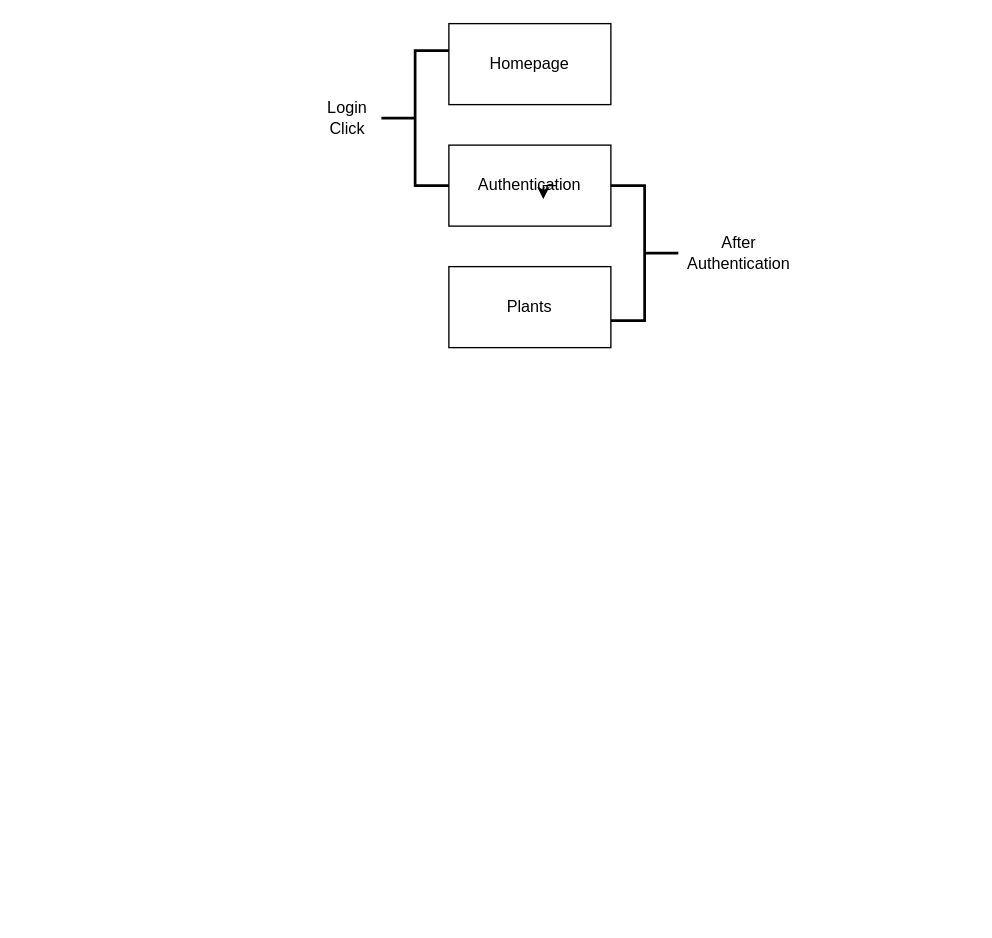
This is page "Main Diagram" (1 of 7) of Diagram.drawio from Build-Week-watermyplants-4/front-end, a draw.io file, before an edit. Source tidied: cells renumbered, new cells numbered last; positions are measured from the earlier drawing's top-left corner, leaving out a move shared by most shapes. Both pictures are drawn from the tidied source at 135%, with x=0, y=0 at pixel (320, 23).
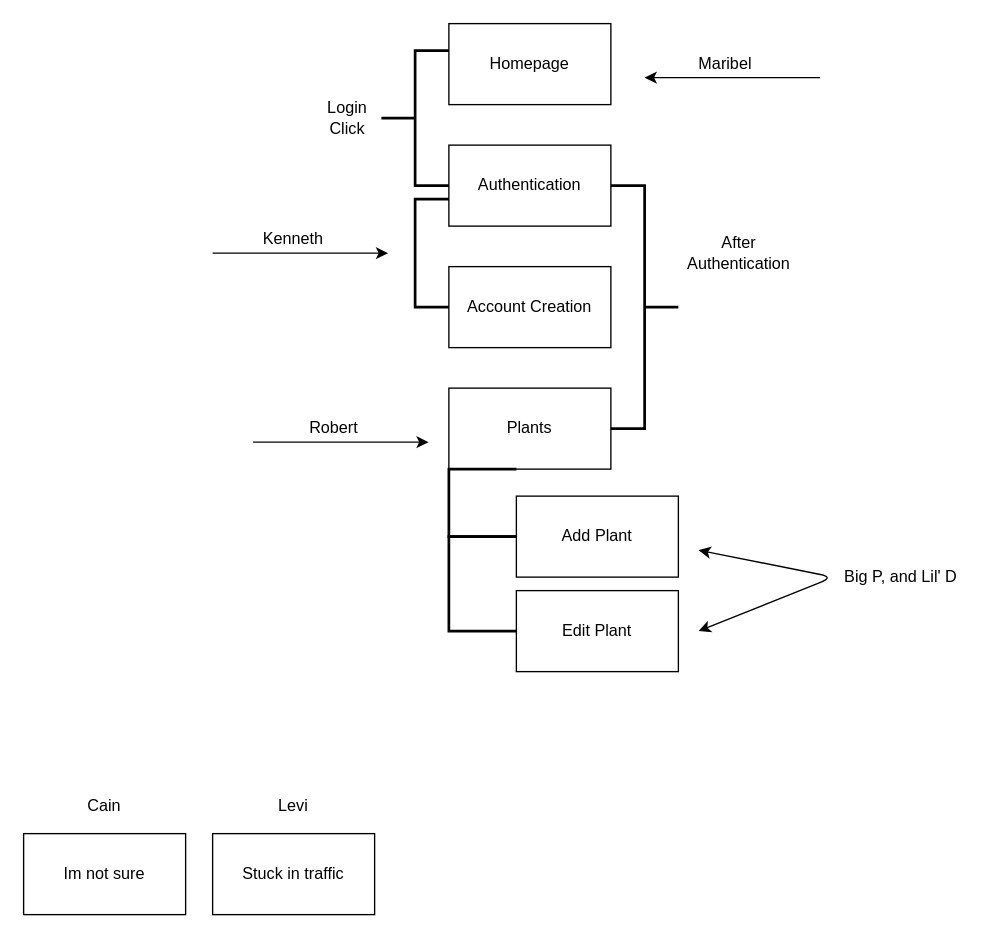
Above is the later version.

Unchanged cells that the change refers to:
```xml
<mxCell id="5" value="Authentication" style="text;html=1;strokeColor=none;fillColor=none;align=center;verticalAlign=middle;whiteSpace=wrap;rounded=0;" parent="1" vertex="1">
  <mxGeometry x="135" y="110" width="40" height="20" as="geometry" />
</mxCell>
```

What changed in the source:
```diff
@@
     <mxCell id="8" style="rounded=0;whiteSpace=wrap;html=1;" parent="1" vertex="1">
-      <mxGeometry x="95" y="180" width="120" height="60" as="geometry" />
+      <mxGeometry x="95" y="270" width="120" height="60" as="geometry" />
     </mxCell>
     <mxCell id="9" style="strokeWidth=2;html=1;shape=mxgraph.flowchart.annotation_2;align=left;labelPosition=right;flipH=1;" parent="1" vertex="1">
-      <mxGeometry x="215" y="120" width="50" height="100" as="geometry" />
+      <mxGeometry x="215" y="120" width="50" height="180" as="geometry" />
     </mxCell>
     <mxCell id="10" value="Plants" style="text;html=1;strokeColor=none;fillColor=none;align=center;verticalAlign=middle;whiteSpace=wrap;rounded=0;" parent="1" vertex="1">
-      <mxGeometry x="135" y="200" width="40" height="20" as="geometry" />
+      <mxGeometry x="135" y="290" width="40" height="20" as="geometry" />
     </mxCell>
@@
-    <mxCell id="12" style="edgeStyle=orthogonalEdgeStyle;rounded=0;orthogonalLoop=1;jettySize=auto;html=1;exitX=1;exitY=0.5;exitDx=0;exitDy=0;entryX=0.75;entryY=1;entryDx=0;entryDy=0;" parent="1" edge="1" source="5" target="5">
-      <mxGeometry relative="1" as="geometry" />
-    </mxCell>
+    <mxCell id="13" value="Add Plant" style="rounded=0;whiteSpace=wrap;html=1;" parent="1" vertex="1">
+      <mxGeometry x="145" y="350" width="120" height="60" as="geometry" />
+    </mxCell>
+    <mxCell id="14" value="Edit Plant" style="rounded=0;whiteSpace=wrap;html=1;" parent="1" vertex="1">
+      <mxGeometry x="145" y="420" width="120" height="60" as="geometry" />
+    </mxCell>
+    <mxCell id="15" style="strokeWidth=2;html=1;shape=mxgraph.flowchart.annotation_1;align=left;fontSize=10;" parent="1" vertex="1">
+      <mxGeometry x="70" y="130" width="25" height="80" as="geometry" />
+    </mxCell>
+    <mxCell id="16" value="Account Creation" style="rounded=0;whiteSpace=wrap;html=1;" parent="1" vertex="1">
+      <mxGeometry x="95" y="180" width="120" height="60" as="geometry" />
+    </mxCell>
+    <mxCell id="17" style="strokeWidth=2;html=1;shape=mxgraph.flowchart.annotation_1;align=left;fontSize=10;" parent="1" vertex="1">
+      <mxGeometry x="95" y="330" width="50" height="50" as="geometry" />
+    </mxCell>
+    <mxCell id="18" style="strokeWidth=2;html=1;shape=mxgraph.flowchart.annotation_1;align=left;fontSize=10;" parent="1" vertex="1">
+      <mxGeometry x="95" y="380" width="50" height="70" as="geometry" />
+    </mxCell>
+    <mxCell id="19" style="endArrow=classic;html=1;fontSize=10;" parent="1" edge="1">
+      <mxGeometry relative="1" as="geometry">
+        <mxPoint x="370" y="40" as="sourcePoint" />
+        <mxPoint x="240" y="40" as="targetPoint" />
+      </mxGeometry>
+    </mxCell>
+    <mxCell id="20" value="Maribel" style="text;html=1;strokeColor=none;fillColor=none;align=center;verticalAlign=middle;whiteSpace=wrap;rounded=0;" parent="1" vertex="1">
+      <mxGeometry x="250" y="10" width="100" height="40" as="geometry" />
+    </mxCell>
+    <mxCell id="21" style="endArrow=classic;html=1;fontSize=10;" parent="1" edge="1">
+      <mxGeometry relative="1" as="geometry">
+        <mxPoint x="-80" y="170" as="sourcePoint" />
+        <mxPoint x="50" y="170" as="targetPoint" />
+      </mxGeometry>
+    </mxCell>
+    <mxCell id="22" value="Kenneth" style="text;html=1;strokeColor=none;fillColor=none;align=center;verticalAlign=middle;whiteSpace=wrap;rounded=0;" parent="1" vertex="1">
+      <mxGeometry x="-70" y="140" width="100" height="40" as="geometry" />
+    </mxCell>
+    <mxCell id="23" style="endArrow=classic;html=1;fontSize=10;startArrow=none;" parent="1" edge="1">
+      <mxGeometry relative="1" as="geometry">
+        <mxPoint x="-50" y="310" as="sourcePoint" />
+        <mxPoint x="80" y="310" as="targetPoint" />
+      </mxGeometry>
+    </mxCell>
+    <mxCell id="24" value="Robert" style="text;html=1;strokeColor=none;fillColor=none;align=center;verticalAlign=middle;whiteSpace=wrap;rounded=0;" parent="1" vertex="1">
+      <mxGeometry x="-40" y="280" width="100" height="40" as="geometry" />
+    </mxCell>
+    <mxCell id="25" style="endArrow=classic;startArrow=classic;html=1;fontSize=10;" parent="1" edge="1">
+      <mxGeometry relative="1" as="geometry">
+        <mxPoint x="280" y="450" as="sourcePoint" />
+        <mxPoint x="280" y="390" as="targetPoint" />
+        <Array as="points">
+          <mxPoint x="380" y="410" />
+        </Array>
+      </mxGeometry>
+    </mxCell>
+    <mxCell id="26" value="Big P, and Lil' D" style="text;html=1;strokeColor=none;fillColor=none;align=center;verticalAlign=middle;whiteSpace=wrap;rounded=0;" parent="1" vertex="1">
+      <mxGeometry x="380" y="390" width="100" height="40" as="geometry" />
+    </mxCell>
+    <mxCell id="27" value="Cain" style="text;html=1;strokeColor=none;fillColor=none;align=center;verticalAlign=middle;whiteSpace=wrap;rounded=0;" parent="1" vertex="1">
+      <mxGeometry x="-210" y="560" width="100" height="40" as="geometry" />
+    </mxCell>
+    <mxCell id="28" value="Im not sure" style="rounded=0;whiteSpace=wrap;html=1;" parent="1" vertex="1">
+      <mxGeometry x="-220" y="600" width="120" height="60" as="geometry" />
+    </mxCell>
+    <mxCell id="29" value="Levi" style="text;html=1;strokeColor=none;fillColor=none;align=center;verticalAlign=middle;whiteSpace=wrap;rounded=0;" parent="1" vertex="1">
+      <mxGeometry x="-70" y="560" width="100" height="40" as="geometry" />
+    </mxCell>
+    <mxCell id="30" value="Stuck in traffic" style="rounded=0;whiteSpace=wrap;html=1;" parent="1" vertex="1">
+      <mxGeometry x="-80" y="600" width="120" height="60" as="geometry" />
+    </mxCell>
```
